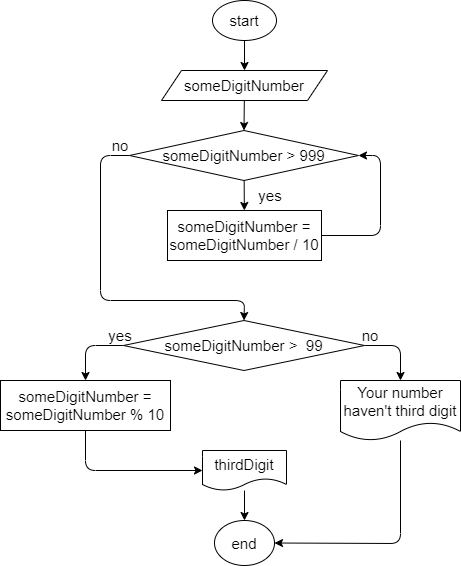
GeorgeSaltykov/Homework keeps this draw.io diagram as Sem2Task013/Task013.drawio.png. Above is the earlier version. Source tidied: cells renumbered, new cells last; positions are measured from the earlier drawing's top-left corner, leaving out a move shared by most shapes. Source of this version:
```xml
<mxGraphModel>
  <root>
    <mxCell id="0" />
    <mxCell id="1" parent="0" />
    <mxCell id="2" style="edgeStyle=none;html=1;entryX=0.5;entryY=0;entryDx=0;entryDy=0;fontSize=15;" parent="1" edge="1" source="3" target="5">
      <mxGeometry relative="1" as="geometry" />
    </mxCell>
    <mxCell id="3" value="&lt;font style=&quot;font-size: 15px&quot;&gt;start&lt;/font&gt;" style="ellipse;whiteSpace=wrap;html=1;" parent="1" vertex="1">
      <mxGeometry x="212" width="64" height="40" as="geometry" />
    </mxCell>
    <mxCell id="4" style="edgeStyle=none;html=1;fontSize=15;entryX=0.5;entryY=0;entryDx=0;entryDy=0;" parent="1" edge="1" source="5" target="8">
      <mxGeometry relative="1" as="geometry" />
    </mxCell>
    <mxCell id="5" value="someDigitNumber" style="shape=parallelogram;perimeter=parallelogramPerimeter;whiteSpace=wrap;html=1;fixedSize=1;fontSize=15;" parent="1" vertex="1">
      <mxGeometry x="161" y="70" width="166" height="30" as="geometry" />
    </mxCell>
    <mxCell id="6" style="edgeStyle=none;html=1;fontSize=15;" parent="1" edge="1" source="8" target="10">
      <mxGeometry relative="1" as="geometry" />
    </mxCell>
    <mxCell id="7" style="edgeStyle=none;html=1;entryX=0.5;entryY=0;entryDx=0;entryDy=0;fontSize=15;" parent="1" edge="1" source="8" target="14">
      <mxGeometry relative="1" as="geometry">
        <Array as="points">
          <mxPoint x="100" y="155" />
          <mxPoint x="100" y="300" />
          <mxPoint x="244" y="300" />
        </Array>
      </mxGeometry>
    </mxCell>
    <mxCell id="8" value="someDigitNumber &amp;gt; 999" style="rhombus;whiteSpace=wrap;html=1;fontSize=15;" parent="1" vertex="1">
      <mxGeometry x="129" y="130" width="229" height="50" as="geometry" />
    </mxCell>
    <mxCell id="9" style="edgeStyle=none;html=1;entryX=1;entryY=0.5;entryDx=0;entryDy=0;fontSize=15;" parent="1" edge="1" source="10" target="8">
      <mxGeometry relative="1" as="geometry">
        <Array as="points">
          <mxPoint x="380" y="235" />
          <mxPoint x="380" y="155" />
        </Array>
      </mxGeometry>
    </mxCell>
    <mxCell id="10" value="someDigitNumber = someDigitNumber / 10" style="rounded=0;whiteSpace=wrap;html=1;fontSize=15;" parent="1" vertex="1">
      <mxGeometry x="167" y="210" width="154" height="50" as="geometry" />
    </mxCell>
    <mxCell id="11" value="yes" style="text;html=1;strokeColor=none;fillColor=none;align=center;verticalAlign=middle;whiteSpace=wrap;rounded=0;fontSize=15;" parent="1" vertex="1">
      <mxGeometry x="240" y="180" width="60" height="30" as="geometry" />
    </mxCell>
    <mxCell id="12" style="edgeStyle=none;html=1;entryX=0.5;entryY=0;entryDx=0;entryDy=0;fontSize=15;" parent="1" edge="1" source="14" target="19">
      <mxGeometry relative="1" as="geometry">
        <Array as="points">
          <mxPoint x="85" y="345" />
        </Array>
      </mxGeometry>
    </mxCell>
    <mxCell id="13" style="edgeStyle=none;html=1;entryX=0.5;entryY=0;entryDx=0;entryDy=0;fontSize=15;" parent="1" edge="1" source="14" target="17">
      <mxGeometry relative="1" as="geometry">
        <Array as="points">
          <mxPoint x="400" y="345" />
        </Array>
      </mxGeometry>
    </mxCell>
    <mxCell id="14" value="someDigitNumber &amp;gt;&amp;nbsp; 99" style="rhombus;whiteSpace=wrap;html=1;fontSize=15;" parent="1" vertex="1">
      <mxGeometry x="123" y="320" width="241" height="50" as="geometry" />
    </mxCell>
    <mxCell id="15" value="no" style="text;html=1;strokeColor=none;fillColor=none;align=center;verticalAlign=middle;whiteSpace=wrap;rounded=0;fontSize=15;" parent="1" vertex="1">
      <mxGeometry x="90" y="130" width="60" height="30" as="geometry" />
    </mxCell>
    <mxCell id="16" style="edgeStyle=none;html=1;entryX=1;entryY=0.5;entryDx=0;entryDy=0;fontSize=15;" parent="1" edge="1" source="17" target="24">
      <mxGeometry relative="1" as="geometry">
        <Array as="points">
          <mxPoint x="400" y="543" />
        </Array>
      </mxGeometry>
    </mxCell>
    <mxCell id="17" value="Your number haven't third digit" style="shape=document;whiteSpace=wrap;html=1;boundedLbl=1;fontSize=15;" parent="1" vertex="1">
      <mxGeometry x="340" y="380" width="120" height="60" as="geometry" />
    </mxCell>
    <mxCell id="18" style="edgeStyle=none;html=1;entryX=0;entryY=0.5;entryDx=0;entryDy=0;fontSize=15;" parent="1" edge="1" source="19" target="23">
      <mxGeometry relative="1" as="geometry">
        <Array as="points">
          <mxPoint x="85" y="470" />
        </Array>
      </mxGeometry>
    </mxCell>
    <mxCell id="19" value="someDigitNumber = someDigitNumber % 10" style="rounded=0;whiteSpace=wrap;html=1;fontSize=15;" parent="1" vertex="1">
      <mxGeometry y="380" width="170" height="50" as="geometry" />
    </mxCell>
    <mxCell id="20" value="no" style="text;html=1;strokeColor=none;fillColor=none;align=center;verticalAlign=middle;whiteSpace=wrap;rounded=0;fontSize=15;" parent="1" vertex="1">
      <mxGeometry x="340" y="320" width="60" height="30" as="geometry" />
    </mxCell>
    <mxCell id="21" value="yes" style="text;html=1;strokeColor=none;fillColor=none;align=center;verticalAlign=middle;whiteSpace=wrap;rounded=0;fontSize=15;" parent="1" vertex="1">
      <mxGeometry x="90" y="320" width="60" height="30" as="geometry" />
    </mxCell>
    <mxCell id="22" style="edgeStyle=none;html=1;entryX=0.5;entryY=0;entryDx=0;entryDy=0;fontSize=15;" parent="1" edge="1" source="23" target="24">
      <mxGeometry relative="1" as="geometry" />
    </mxCell>
    <mxCell id="23" value="thirdDigit" style="shape=document;whiteSpace=wrap;html=1;boundedLbl=1;fontSize=15;" parent="1" vertex="1">
      <mxGeometry x="202" y="450" width="84" height="40" as="geometry" />
    </mxCell>
    <mxCell id="24" value="end" style="ellipse;whiteSpace=wrap;html=1;fontSize=15;" parent="1" vertex="1">
      <mxGeometry x="214" y="520" width="60" height="45" as="geometry" />
    </mxCell>
  </root>
</mxGraphModel>
```
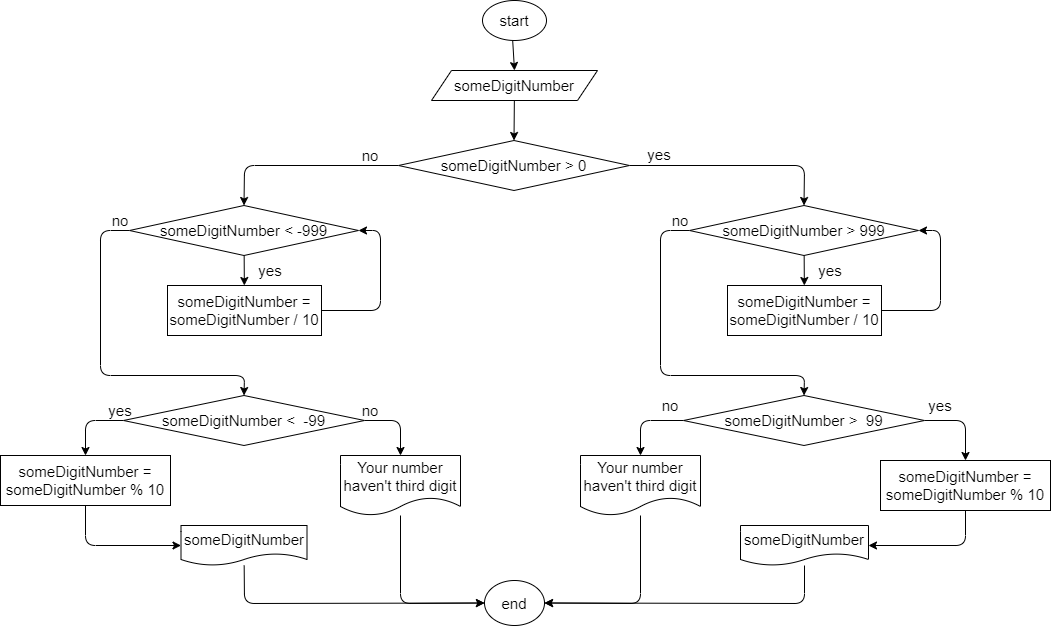
After the change.

The edit, as a diff of the source:
```diff
@@ -8,9 +8,9 @@
     <mxCell id="3" value="&lt;font style=&quot;font-size: 15px&quot;&gt;start&lt;/font&gt;" style="ellipse;whiteSpace=wrap;html=1;" parent="1" vertex="1">
       <mxGeometry x="212" width="64" height="40" as="geometry" />
     </mxCell>
-    <mxCell id="4" style="edgeStyle=none;html=1;fontSize=15;entryX=0.5;entryY=0;entryDx=0;entryDy=0;" parent="1" edge="1" source="5" target="8">
-      <mxGeometry relative="1" as="geometry" />
-    </mxCell>
+    <mxCell id="25" style="edgeStyle=none;html=1;entryX=0.5;entryY=0;entryDx=0;entryDy=0;fontSize=15;" parent="1" edge="1" source="5" target="30">
+      <mxGeometry relative="1" as="geometry" />
+    </mxCell>
     <mxCell id="5" value="someDigitNumber" style="shape=parallelogram;perimeter=parallelogramPerimeter;whiteSpace=wrap;html=1;fixedSize=1;fontSize=15;" parent="1" vertex="1">
       <mxGeometry x="161" y="70" width="166" height="30" as="geometry" />
     </mxCell>
@@ -20,83 +20,195 @@
     <mxCell id="7" style="edgeStyle=none;html=1;entryX=0.5;entryY=0;entryDx=0;entryDy=0;fontSize=15;" parent="1" edge="1" source="8" target="14">
       <mxGeometry relative="1" as="geometry">
         <Array as="points">
-          <mxPoint x="100" y="155" />
-          <mxPoint x="100" y="300" />
-          <mxPoint x="244" y="300" />
+          <mxPoint x="390" y="230" />
+          <mxPoint x="390" y="375" />
+          <mxPoint x="534" y="375" />
         </Array>
       </mxGeometry>
     </mxCell>
     <mxCell id="8" value="someDigitNumber &amp;gt; 999" style="rhombus;whiteSpace=wrap;html=1;fontSize=15;" parent="1" vertex="1">
-      <mxGeometry x="129" y="130" width="229" height="50" as="geometry" />
+      <mxGeometry x="419" y="205" width="229" height="50" as="geometry" />
     </mxCell>
     <mxCell id="9" style="edgeStyle=none;html=1;entryX=1;entryY=0.5;entryDx=0;entryDy=0;fontSize=15;" parent="1" edge="1" source="10" target="8">
       <mxGeometry relative="1" as="geometry">
         <Array as="points">
-          <mxPoint x="380" y="235" />
-          <mxPoint x="380" y="155" />
+          <mxPoint x="670" y="310" />
+          <mxPoint x="670" y="230" />
         </Array>
       </mxGeometry>
     </mxCell>
     <mxCell id="10" value="someDigitNumber = someDigitNumber / 10" style="rounded=0;whiteSpace=wrap;html=1;fontSize=15;" parent="1" vertex="1">
-      <mxGeometry x="167" y="210" width="154" height="50" as="geometry" />
+      <mxGeometry x="457" y="285" width="154" height="50" as="geometry" />
     </mxCell>
     <mxCell id="11" value="yes" style="text;html=1;strokeColor=none;fillColor=none;align=center;verticalAlign=middle;whiteSpace=wrap;rounded=0;fontSize=15;" parent="1" vertex="1">
-      <mxGeometry x="240" y="180" width="60" height="30" as="geometry" />
+      <mxGeometry x="530" y="255" width="60" height="30" as="geometry" />
     </mxCell>
-    <mxCell id="12" style="edgeStyle=none;html=1;entryX=0.5;entryY=0;entryDx=0;entryDy=0;fontSize=15;" parent="1" edge="1" source="14" target="19">
-      <mxGeometry relative="1" as="geometry">
-        <Array as="points">
-          <mxPoint x="85" y="345" />
-        </Array>
-      </mxGeometry>
-    </mxCell>
-    <mxCell id="13" style="edgeStyle=none;html=1;entryX=0.5;entryY=0;entryDx=0;entryDy=0;fontSize=15;" parent="1" edge="1" source="14" target="17">
-      <mxGeometry relative="1" as="geometry">
-        <Array as="points">
-          <mxPoint x="400" y="345" />
-        </Array>
-      </mxGeometry>
-    </mxCell>
+    <mxCell id="26" style="edgeStyle=none;html=1;entryX=0.5;entryY=0;entryDx=0;entryDy=0;fontSize=15;" parent="1" edge="1" source="14" target="52">
+      <mxGeometry relative="1" as="geometry">
+        <Array as="points">
+          <mxPoint x="695" y="420" />
+        </Array>
+      </mxGeometry>
+    </mxCell>
+    <mxCell id="27" style="edgeStyle=none;html=1;entryX=0.5;entryY=0;entryDx=0;entryDy=0;fontSize=15;" parent="1" edge="1" source="14" target="54">
+      <mxGeometry relative="1" as="geometry">
+        <Array as="points">
+          <mxPoint x="370" y="420" />
+        </Array>
+      </mxGeometry>
+    </mxCell>
     <mxCell id="14" value="someDigitNumber &amp;gt;&amp;nbsp; 99" style="rhombus;whiteSpace=wrap;html=1;fontSize=15;" parent="1" vertex="1">
-      <mxGeometry x="123" y="320" width="241" height="50" as="geometry" />
+      <mxGeometry x="413" y="395" width="241" height="50" as="geometry" />
     </mxCell>
     <mxCell id="15" value="no" style="text;html=1;strokeColor=none;fillColor=none;align=center;verticalAlign=middle;whiteSpace=wrap;rounded=0;fontSize=15;" parent="1" vertex="1">
-      <mxGeometry x="90" y="130" width="60" height="30" as="geometry" />
+      <mxGeometry x="380" y="205" width="60" height="30" as="geometry" />
     </mxCell>
-    <mxCell id="16" style="edgeStyle=none;html=1;entryX=1;entryY=0.5;entryDx=0;entryDy=0;fontSize=15;" parent="1" edge="1" source="17" target="24">
-      <mxGeometry relative="1" as="geometry">
-        <Array as="points">
-          <mxPoint x="400" y="543" />
-        </Array>
-      </mxGeometry>
-    </mxCell>
-    <mxCell id="17" value="Your number haven't third digit" style="shape=document;whiteSpace=wrap;html=1;boundedLbl=1;fontSize=15;" parent="1" vertex="1">
-      <mxGeometry x="340" y="380" width="120" height="60" as="geometry" />
-    </mxCell>
-    <mxCell id="18" style="edgeStyle=none;html=1;entryX=0;entryY=0.5;entryDx=0;entryDy=0;fontSize=15;" parent="1" edge="1" source="19" target="23">
-      <mxGeometry relative="1" as="geometry">
-        <Array as="points">
-          <mxPoint x="85" y="470" />
-        </Array>
-      </mxGeometry>
-    </mxCell>
-    <mxCell id="19" value="someDigitNumber = someDigitNumber % 10" style="rounded=0;whiteSpace=wrap;html=1;fontSize=15;" parent="1" vertex="1">
-      <mxGeometry y="380" width="170" height="50" as="geometry" />
-    </mxCell>
     <mxCell id="20" value="no" style="text;html=1;strokeColor=none;fillColor=none;align=center;verticalAlign=middle;whiteSpace=wrap;rounded=0;fontSize=15;" parent="1" vertex="1">
-      <mxGeometry x="340" y="320" width="60" height="30" as="geometry" />
+      <mxGeometry x="370" y="390" width="60" height="30" as="geometry" />
     </mxCell>
     <mxCell id="21" value="yes" style="text;html=1;strokeColor=none;fillColor=none;align=center;verticalAlign=middle;whiteSpace=wrap;rounded=0;fontSize=15;" parent="1" vertex="1">
-      <mxGeometry x="90" y="320" width="60" height="30" as="geometry" />
+      <mxGeometry x="640" y="390" width="60" height="30" as="geometry" />
     </mxCell>
-    <mxCell id="22" style="edgeStyle=none;html=1;entryX=0.5;entryY=0;entryDx=0;entryDy=0;fontSize=15;" parent="1" edge="1" source="23" target="24">
-      <mxGeometry relative="1" as="geometry" />
+    <mxCell id="22" style="edgeStyle=none;html=1;entryX=1;entryY=0.5;entryDx=0;entryDy=0;fontSize=15;" parent="1" edge="1" source="23" target="24">
+      <mxGeometry relative="1" as="geometry">
+        <Array as="points">
+          <mxPoint x="534" y="603" />
+        </Array>
+      </mxGeometry>
     </mxCell>
-    <mxCell id="23" value="thirdDigit" style="shape=document;whiteSpace=wrap;html=1;boundedLbl=1;fontSize=15;" parent="1" vertex="1">
-      <mxGeometry x="202" y="450" width="84" height="40" as="geometry" />
+    <mxCell id="23" value="someDigitNumber" style="shape=document;whiteSpace=wrap;html=1;boundedLbl=1;fontSize=15;" parent="1" vertex="1">
+      <mxGeometry x="470" y="525" width="128" height="40" as="geometry" />
     </mxCell>
+    <mxCell id="28" style="edgeStyle=none;html=1;entryX=0.5;entryY=0;entryDx=0;entryDy=0;fontSize=15;" parent="1" edge="1" source="30" target="8">
+      <mxGeometry relative="1" as="geometry">
+        <Array as="points">
+          <mxPoint x="534" y="165" />
+        </Array>
+      </mxGeometry>
+    </mxCell>
+    <mxCell id="29" style="edgeStyle=none;html=1;entryX=0.5;entryY=0;entryDx=0;entryDy=0;fontSize=15;" parent="1" edge="1" source="30" target="33">
+      <mxGeometry relative="1" as="geometry">
+        <Array as="points">
+          <mxPoint x="-26" y="165" />
+        </Array>
+      </mxGeometry>
+    </mxCell>
+    <mxCell id="30" value="someDigitNumber &amp;gt; 0" style="rhombus;whiteSpace=wrap;html=1;fontSize=15;" parent="1" vertex="1">
+      <mxGeometry x="128" y="140" width="231" height="50" as="geometry" />
+    </mxCell>
+    <mxCell id="31" style="edgeStyle=none;html=1;fontSize=15;" parent="1" edge="1" source="33" target="35">
+      <mxGeometry relative="1" as="geometry" />
+    </mxCell>
+    <mxCell id="32" style="edgeStyle=none;html=1;entryX=0.5;entryY=0;entryDx=0;entryDy=0;fontSize=15;" parent="1" edge="1" source="33" target="39">
+      <mxGeometry relative="1" as="geometry">
+        <Array as="points">
+          <mxPoint x="-170" y="230" />
+          <mxPoint x="-170" y="375" />
+          <mxPoint x="-26" y="375" />
+        </Array>
+      </mxGeometry>
+    </mxCell>
+    <mxCell id="33" value="someDigitNumber &amp;lt; -999" style="rhombus;whiteSpace=wrap;html=1;fontSize=15;" parent="1" vertex="1">
+      <mxGeometry x="-141" y="205" width="229" height="50" as="geometry" />
+    </mxCell>
+    <mxCell id="34" style="edgeStyle=none;html=1;entryX=1;entryY=0.5;entryDx=0;entryDy=0;fontSize=15;" parent="1" edge="1" source="35" target="33">
+      <mxGeometry relative="1" as="geometry">
+        <Array as="points">
+          <mxPoint x="110" y="310" />
+          <mxPoint x="110" y="230" />
+        </Array>
+      </mxGeometry>
+    </mxCell>
+    <mxCell id="35" value="someDigitNumber = someDigitNumber / 10" style="rounded=0;whiteSpace=wrap;html=1;fontSize=15;" parent="1" vertex="1">
+      <mxGeometry x="-103" y="285" width="154" height="50" as="geometry" />
+    </mxCell>
+    <mxCell id="36" value="yes" style="text;html=1;strokeColor=none;fillColor=none;align=center;verticalAlign=middle;whiteSpace=wrap;rounded=0;fontSize=15;" parent="1" vertex="1">
+      <mxGeometry x="-30" y="255" width="60" height="30" as="geometry" />
+    </mxCell>
+    <mxCell id="37" style="edgeStyle=none;html=1;entryX=0.5;entryY=0;entryDx=0;entryDy=0;fontSize=15;" parent="1" edge="1" source="39" target="44">
+      <mxGeometry relative="1" as="geometry">
+        <Array as="points">
+          <mxPoint x="-185" y="420" />
+        </Array>
+      </mxGeometry>
+    </mxCell>
+    <mxCell id="38" style="edgeStyle=none;html=1;entryX=0.5;entryY=0;entryDx=0;entryDy=0;fontSize=15;" parent="1" edge="1" source="39" target="42">
+      <mxGeometry relative="1" as="geometry">
+        <Array as="points">
+          <mxPoint x="130" y="420" />
+        </Array>
+      </mxGeometry>
+    </mxCell>
+    <mxCell id="39" value="someDigitNumber &amp;lt;&amp;nbsp; -99" style="rhombus;whiteSpace=wrap;html=1;fontSize=15;" parent="1" vertex="1">
+      <mxGeometry x="-147" y="395" width="241" height="50" as="geometry" />
+    </mxCell>
+    <mxCell id="40" value="no" style="text;html=1;strokeColor=none;fillColor=none;align=center;verticalAlign=middle;whiteSpace=wrap;rounded=0;fontSize=15;" parent="1" vertex="1">
+      <mxGeometry x="-180" y="205" width="60" height="30" as="geometry" />
+    </mxCell>
+    <mxCell id="41" style="edgeStyle=none;html=1;entryX=0;entryY=0.5;entryDx=0;entryDy=0;fontSize=15;" parent="1" edge="1" source="42" target="24">
+      <mxGeometry relative="1" as="geometry">
+        <Array as="points">
+          <mxPoint x="130" y="603" />
+        </Array>
+      </mxGeometry>
+    </mxCell>
+    <mxCell id="42" value="Your number haven't third digit" style="shape=document;whiteSpace=wrap;html=1;boundedLbl=1;fontSize=15;" parent="1" vertex="1">
+      <mxGeometry x="70" y="455" width="120" height="60" as="geometry" />
+    </mxCell>
+    <mxCell id="43" style="edgeStyle=none;html=1;entryX=0;entryY=0.5;entryDx=0;entryDy=0;fontSize=15;" parent="1" edge="1" source="44" target="48">
+      <mxGeometry relative="1" as="geometry">
+        <Array as="points">
+          <mxPoint x="-185" y="545" />
+        </Array>
+      </mxGeometry>
+    </mxCell>
+    <mxCell id="44" value="someDigitNumber = someDigitNumber % 10" style="rounded=0;whiteSpace=wrap;html=1;fontSize=15;" parent="1" vertex="1">
+      <mxGeometry x="-270" y="455" width="170" height="50" as="geometry" />
+    </mxCell>
+    <mxCell id="45" value="no" style="text;html=1;strokeColor=none;fillColor=none;align=center;verticalAlign=middle;whiteSpace=wrap;rounded=0;fontSize=15;" parent="1" vertex="1">
+      <mxGeometry x="70" y="395" width="60" height="30" as="geometry" />
+    </mxCell>
+    <mxCell id="46" value="yes" style="text;html=1;strokeColor=none;fillColor=none;align=center;verticalAlign=middle;whiteSpace=wrap;rounded=0;fontSize=15;" parent="1" vertex="1">
+      <mxGeometry x="-180" y="395" width="60" height="30" as="geometry" />
+    </mxCell>
+    <mxCell id="47" style="edgeStyle=none;html=1;entryX=0;entryY=0.5;entryDx=0;entryDy=0;fontSize=15;" parent="1" edge="1" source="48" target="24">
+      <mxGeometry relative="1" as="geometry">
+        <Array as="points">
+          <mxPoint x="-26" y="603" />
+        </Array>
+      </mxGeometry>
+    </mxCell>
+    <mxCell id="48" value="someDigitNumber" style="shape=document;whiteSpace=wrap;html=1;boundedLbl=1;fontSize=15;" parent="1" vertex="1">
+      <mxGeometry x="-89.5" y="525" width="126" height="40" as="geometry" />
+    </mxCell>
     <mxCell id="24" value="end" style="ellipse;whiteSpace=wrap;html=1;fontSize=15;" parent="1" vertex="1">
-      <mxGeometry x="214" y="520" width="60" height="45" as="geometry" />
+      <mxGeometry x="214" y="580" width="60" height="45" as="geometry" />
     </mxCell>
+    <mxCell id="49" value="no" style="text;html=1;strokeColor=none;fillColor=none;align=center;verticalAlign=middle;whiteSpace=wrap;rounded=0;fontSize=15;" parent="1" vertex="1">
+      <mxGeometry x="70" y="140" width="60" height="30" as="geometry" />
+    </mxCell>
+    <mxCell id="50" value="yes" style="text;html=1;strokeColor=none;fillColor=none;align=center;verticalAlign=middle;whiteSpace=wrap;rounded=0;fontSize=15;" parent="1" vertex="1">
+      <mxGeometry x="359" y="139" width="60" height="30" as="geometry" />
+    </mxCell>
+    <mxCell id="51" style="edgeStyle=none;html=1;entryX=1;entryY=0.5;entryDx=0;entryDy=0;fontSize=15;" parent="1" edge="1" source="52" target="23">
+      <mxGeometry relative="1" as="geometry">
+        <Array as="points">
+          <mxPoint x="695" y="545" />
+        </Array>
+      </mxGeometry>
+    </mxCell>
+    <mxCell id="52" value="someDigitNumber = someDigitNumber % 10" style="rounded=0;whiteSpace=wrap;html=1;fontSize=15;" parent="1" vertex="1">
+      <mxGeometry x="610" y="460" width="170" height="50" as="geometry" />
+    </mxCell>
+    <mxCell id="53" style="edgeStyle=none;html=1;entryX=1;entryY=0.5;entryDx=0;entryDy=0;fontSize=15;" parent="1" edge="1" source="54" target="24">
+      <mxGeometry relative="1" as="geometry">
+        <Array as="points">
+          <mxPoint x="370" y="603" />
+        </Array>
+      </mxGeometry>
+    </mxCell>
+    <mxCell id="54" value="Your number haven't third digit" style="shape=document;whiteSpace=wrap;html=1;boundedLbl=1;fontSize=15;" parent="1" vertex="1">
+      <mxGeometry x="310" y="455" width="120" height="60" as="geometry" />
+    </mxCell>
   </root>
 </mxGraphModel>
```
